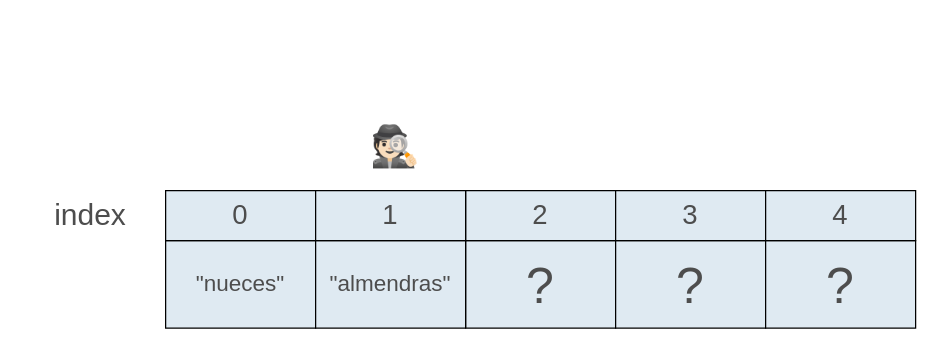
ee-unr/programacion-2 keeps this draw.io diagram as page "Paso 2" (3 of 4) of teoria/04_estructuras_y_algoritmos/imgs/arreglo_busqueda.drawio. Above is the earlier version. Source tidied: cells renumbered, new cells numbered last; positions are measured from the earlier drawing's top-left corner, leaving out a move shared by most shapes. Both pictures are drawn from the tidied source at 125%, with x=0, y=0 at pixel (21, 109).
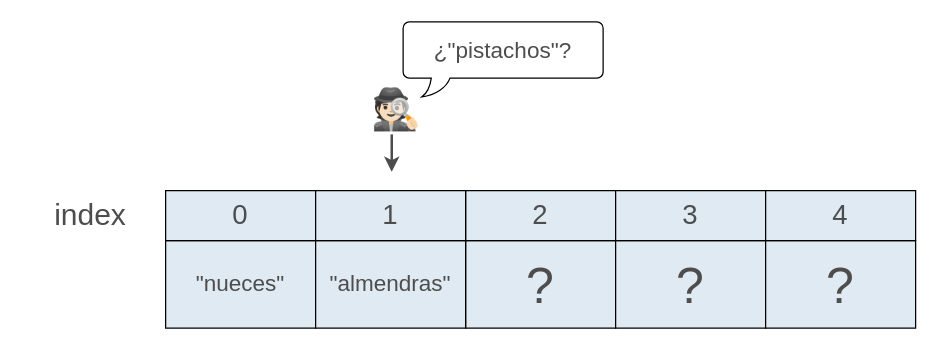
Above is the later version.

Diff of the diagram source:
```diff
@@
 <mxGraphModel>
   <root>
     <mxCell id="0" />
     <mxCell id="1" parent="0" />
     <mxCell id="2" value="&lt;font style=&quot;font-size: 24px;&quot;&gt;index&lt;/font&gt;" style="text;html=1;align=center;verticalAlign=middle;whiteSpace=wrap;rounded=0;fontSize=16;fontFamily=Cascadia Code;fontColor=#4D4D4D;" parent="1" vertex="1">
       <mxGeometry y="60" width="110" height="50" as="geometry" />
     </mxCell>
     <mxCell id="3" value="&lt;span style=&quot;color: rgb(77, 77, 77); font-family: &amp;quot;Cascadia Code&amp;quot;; font-size: 40px;&quot;&gt;?&lt;/span&gt;" style="rounded=0;whiteSpace=wrap;html=1;strokeWidth=1;fillColor=#DFEAF2;" parent="1" vertex="1">
       <mxGeometry x="355" y="105" width="120" height="70" as="geometry" />
     </mxCell>
     <mxCell id="4" value="&lt;font face=&quot;Cascadia Code&quot; style=&quot;color: rgb(77, 77, 77);&quot;&gt;2&lt;/font&gt;" style="rounded=0;whiteSpace=wrap;html=1;strokeWidth=1;fillColor=#DFEAF2;fontSize=22;" parent="1" vertex="1">
       <mxGeometry x="355" y="65" width="120" height="40" as="geometry" />
     </mxCell>
     <mxCell id="5" value="&lt;span style=&quot;color: rgb(77, 77, 77); font-family: &amp;quot;Cascadia Code&amp;quot;; font-size: 40px;&quot;&gt;?&lt;/span&gt;" style="rounded=0;whiteSpace=wrap;html=1;strokeWidth=1;fillColor=#DFEAF2;" parent="1" vertex="1">
       <mxGeometry x="475" y="105" width="120" height="70" as="geometry" />
     </mxCell>
     <mxCell id="6" value="&lt;font face=&quot;Cascadia Code&quot; style=&quot;color: rgb(77, 77, 77);&quot;&gt;3&lt;/font&gt;" style="rounded=0;whiteSpace=wrap;html=1;strokeWidth=1;fillColor=#DFEAF2;fontSize=22;" parent="1" vertex="1">
       <mxGeometry x="475" y="65" width="120" height="40" as="geometry" />
     </mxCell>
     <mxCell id="7" value="&lt;span style=&quot;color: rgb(77, 77, 77); font-family: &amp;quot;Cascadia Code&amp;quot;; font-size: 40px;&quot;&gt;?&lt;/span&gt;" style="rounded=0;whiteSpace=wrap;html=1;strokeWidth=1;fillColor=#DFEAF2;" parent="1" vertex="1">
       <mxGeometry x="595" y="105" width="120" height="70" as="geometry" />
     </mxCell>
     <mxCell id="8" value="&lt;font face=&quot;Cascadia Code&quot; style=&quot;color: rgb(77, 77, 77);&quot;&gt;4&lt;/font&gt;" style="rounded=0;whiteSpace=wrap;html=1;strokeWidth=1;fillColor=#DFEAF2;fontSize=22;" parent="1" vertex="1">
       <mxGeometry x="595" y="65" width="120" height="40" as="geometry" />
     </mxCell>
     <mxCell id="9" value="&lt;span style=&quot;color: rgb(77, 77, 77); font-family: &amp;quot;Cascadia Code&amp;quot;; font-size: 18px;&quot;&gt;&quot;nueces&quot;&lt;/span&gt;" style="rounded=0;whiteSpace=wrap;html=1;strokeWidth=1;fillColor=#DFEAF2;" parent="1" vertex="1">
       <mxGeometry x="115" y="105" width="120" height="70" as="geometry" />
     </mxCell>
     <mxCell id="10" value="&lt;font style=&quot;color: rgb(77, 77, 77);&quot; face=&quot;Cascadia Code&quot;&gt;0&lt;/font&gt;" style="rounded=0;whiteSpace=wrap;html=1;strokeWidth=1;fillColor=#DFEAF2;fontSize=22;" parent="1" vertex="1">
       <mxGeometry x="115" y="65" width="120" height="40" as="geometry" />
     </mxCell>
     <mxCell id="11" value="&lt;span style=&quot;color: rgb(77, 77, 77); font-family: &amp;quot;Cascadia Code&amp;quot;; font-size: 18px;&quot;&gt;&quot;almendras&quot;&lt;/span&gt;" style="rounded=0;whiteSpace=wrap;html=1;strokeWidth=1;fillColor=#DFEAF2;" parent="1" vertex="1">
       <mxGeometry x="235" y="105" width="120" height="70" as="geometry" />
     </mxCell>
     <mxCell id="12" value="&lt;font style=&quot;color: rgb(77, 77, 77);&quot; face=&quot;Cascadia Code&quot;&gt;1&lt;/font&gt;" style="rounded=0;whiteSpace=wrap;html=1;strokeWidth=1;fillColor=#DFEAF2;fontSize=22;" parent="1" vertex="1">
       <mxGeometry x="235" y="65" width="120" height="40" as="geometry" />
     </mxCell>
+    <mxCell id="14" style="group;" parent="1" vertex="1">
+      <mxGeometry x="265" y="-70" width="200" height="120" as="geometry" />
+    </mxCell>
+    <mxCell id="15" style="group;" parent="14" vertex="1">
+      <mxGeometry width="200" height="100" as="geometry" />
+    </mxCell>
-    <mxCell id="13" value="&lt;font style=&quot;font-size: 32px;&quot;&gt;🕵🏻&lt;/font&gt;" style="text;html=1;align=center;verticalAlign=middle;whiteSpace=wrap;rounded=0;" parent="1" vertex="1">
-      <mxGeometry x="264" width="70" height="60" as="geometry" />
+    <mxCell id="13" value="&lt;font style=&quot;font-size: 32px;&quot;&gt;🕵🏻&lt;/font&gt;" style="text;html=1;align=center;verticalAlign=middle;whiteSpace=wrap;rounded=0;" parent="15" vertex="1">
+      <mxGeometry y="40" width="70" height="60" as="geometry" />
     </mxCell>
+    <mxCell id="16" value="&lt;font style=&quot;color: rgb(77, 77, 77);&quot;&gt;&lt;span style=&quot;font-family: &amp;quot;Cascadia Code&amp;quot;; font-size: 18px;&quot;&gt;¿&lt;/span&gt;&lt;font style=&quot;font-family: &amp;quot;Cascadia Code&amp;quot;; font-size: 18px; color: rgb(77, 77, 77);&quot;&gt;&quot;pistachos&quot;&lt;/font&gt;&lt;span style=&quot;font-family: &amp;quot;Cascadia Code&amp;quot;; font-size: 18px;&quot;&gt;?&lt;/span&gt;&lt;/font&gt;" style="whiteSpace=wrap;html=1;shape=mxgraph.basic.roundRectCallout;dx=30;dy=15;size=5;boundedLbl=1;" parent="15" vertex="1">
+      <mxGeometry x="40" width="160" height="60" as="geometry" />
+    </mxCell>
+    <mxCell id="17" style="endArrow=classic;html=1;rounded=0;strokeWidth=2;strokeColor=#4D4D4D;" parent="14" edge="1">
+      <mxGeometry relative="1" as="geometry">
+        <mxPoint x="30.9" y="90" as="sourcePoint" />
+        <mxPoint x="30.9" y="120" as="targetPoint" />
+      </mxGeometry>
+    </mxCell>
   </root>
 </mxGraphModel>
```
